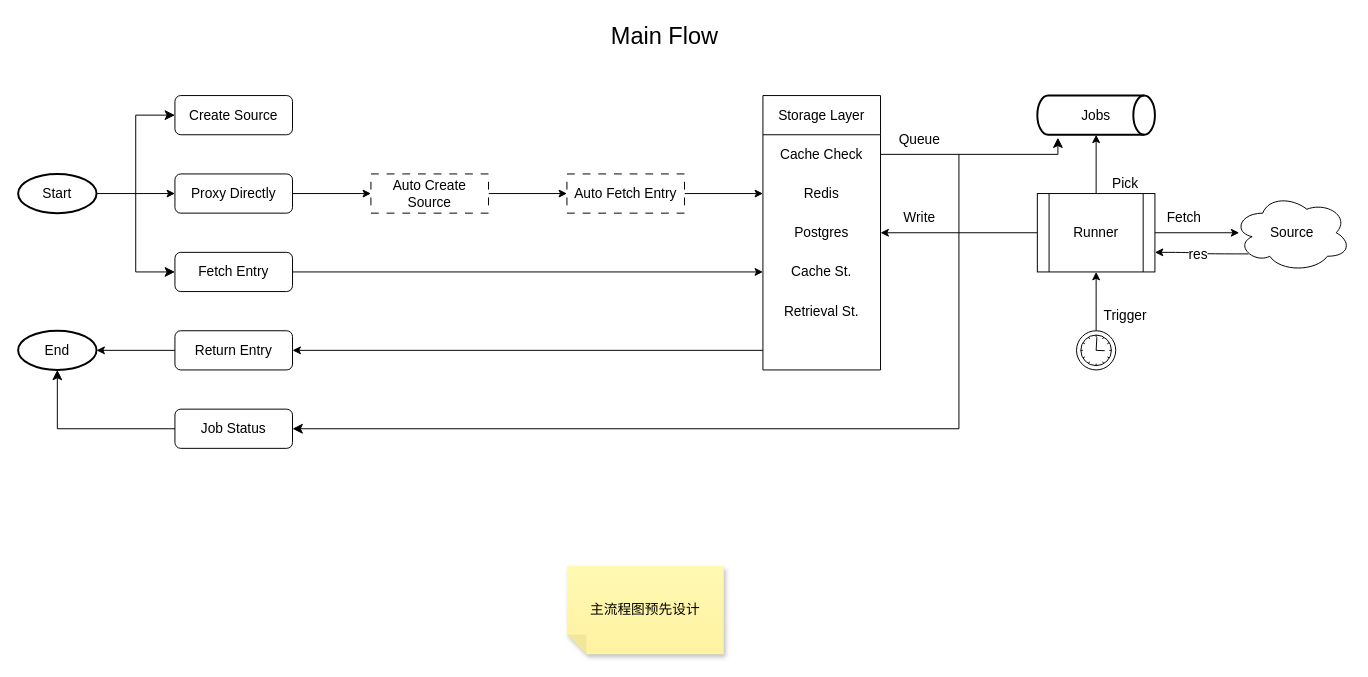
Before: page "Main Flow" (2 of 7) of docs/buffetd.drawio in Buffetd/buffetd, a draw.io diagram. Source tidied: cells renumbered, new cells numbered last; positions are measured from the earlier drawing's top-left corner, leaving out a move shared by most shapes. Both pictures are drawn from the tidied source at 98%, with x=0, y=0 at pixel (18, 17).
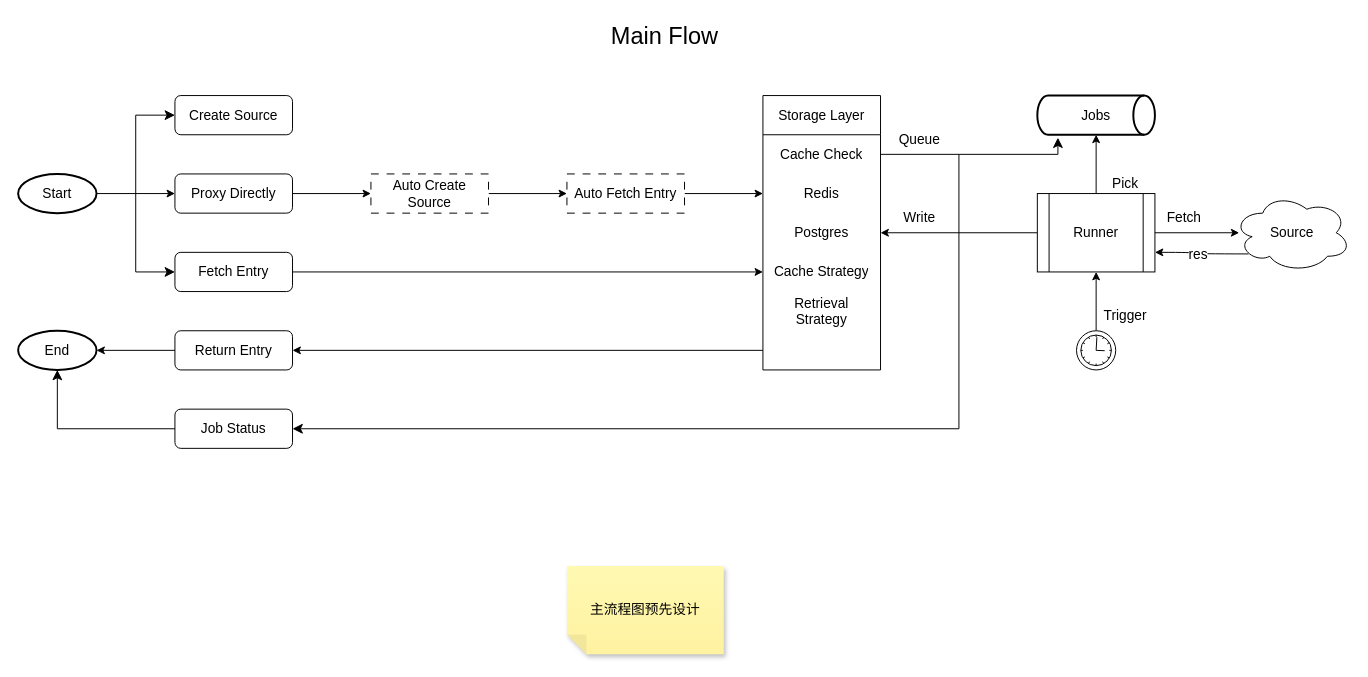
The same diagram, later.

Commit message (it also covers changes not shown here):
docs: expand abbreviated labels in diagram and add comprehensive test case documentation

- Changed "Cache St." to "Cache Strategy" and "Retrieval St." to "Retrieval Strategy" in buffetd.drawio for clarity
- Added test-cases.md with BDD-style scenarios covering:
  - Proxy feature: first-time URL/Source access, cache hit scenarios for both URL and Source+path combinations
  - Pool Data feature: static and dynamic data type handling with supportsPool configuration
  - Metrics feature: system health monitoring with uptime, cache stats

Unchanged cells that the change refers to:
```xml
<mxCell id="17" value="Storage Layer" style="swimlane;fontStyle=0;horizontal=1;startSize=40;whiteSpace=wrap;html=1;fontSize=14;align=center;" parent="1" vertex="1">
  <mxGeometry x="760" y="80" width="120" height="280" as="geometry" />
</mxCell>
```

What changed in the source:
```diff
@@
-    <mxCell id="21" value="Cache St." style="text;strokeColor=none;fillColor=none;align=center;verticalAlign=middle;spacingLeft=4;spacingRight=4;overflow=hidden;points=[[0,0.5],[1,0.5]];portConstraint=eastwest;whiteSpace=wrap;html=1;fontSize=14;" parent="17" vertex="1">
+    <mxCell id="21" value="Cache Strategy" style="text;strokeColor=none;fillColor=none;align=center;verticalAlign=middle;spacingLeft=4;spacingRight=4;overflow=hidden;points=[[0,0.5],[1,0.5]];portConstraint=eastwest;whiteSpace=wrap;html=1;fontSize=14;" parent="17" vertex="1">
       <mxGeometry y="160" width="120" height="40" as="geometry" />
     </mxCell>
-    <mxCell id="22" value="&lt;div&gt;Retrieval St.&lt;/div&gt;" style="text;strokeColor=none;fillColor=none;align=center;verticalAlign=middle;spacingLeft=4;spacingRight=4;overflow=hidden;whiteSpace=wrap;html=1;fontSize=14;" parent="17" vertex="1">
+    <mxCell id="22" value="&lt;div&gt;Retrieval Strategy&lt;/div&gt;" style="text;strokeColor=none;fillColor=none;align=center;verticalAlign=middle;spacingLeft=4;spacingRight=4;overflow=hidden;whiteSpace=wrap;html=1;fontSize=14;" parent="17" vertex="1">
       <mxGeometry y="200" width="120" height="40" as="geometry" />
     </mxCell>
```
